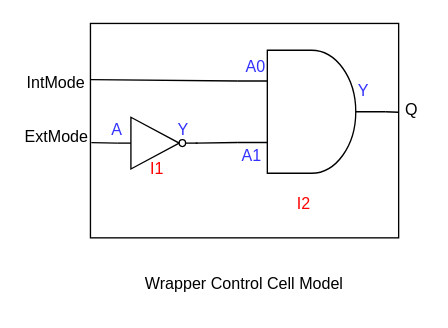
Earlier version of the draw.io diagram WrapperControl.drawio (Gao-June/Algorithm_Exercise). Source tidied: cells renumbered, new cells numbered last; positions are measured from the earlier drawing's top-left corner, leaving out a move shared by most shapes. Both pictures are drawn from the tidied source at 134%, with x=0, y=0 at pixel (23, 23).
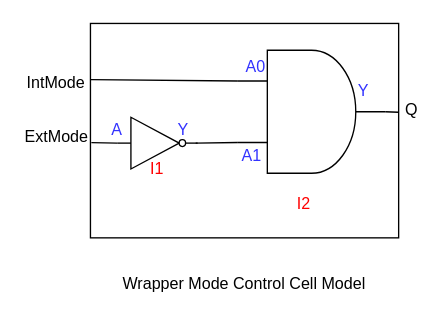
Above is the later version.

The edit, as a diff of the source:
```diff
@@
-    <mxCell id="22" value="Wrapper Control Cell Model" style="text;html=1;align=center;verticalAlign=middle;whiteSpace=wrap;rounded=0;" parent="1" vertex="1">
-      <mxGeometry x="90" y="180" width="150" height="30" as="geometry" />
+    <mxCell id="22" value="Wrapper Mode Control Cell Model" style="text;html=1;align=center;verticalAlign=middle;whiteSpace=wrap;rounded=0;" parent="1" vertex="1">
+      <mxGeometry x="70" y="180" width="190" height="30" as="geometry" />
     </mxCell>
```
